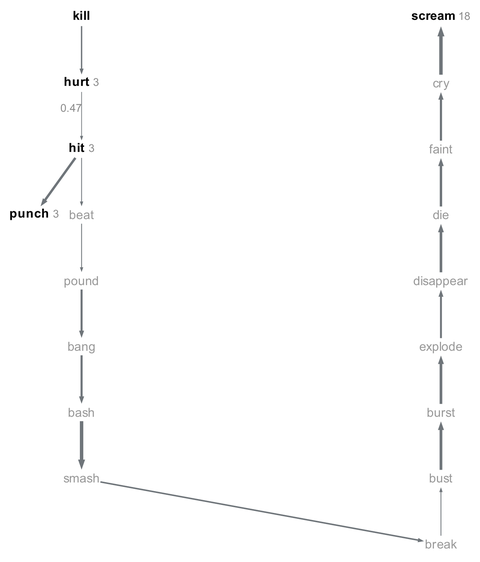
The Graphviz diagram experiments/displacement/chain_of_connections/figures/ci_chain_faller_n2.png in quadrismegistus/malignment, before a commit. Its source is kept beside it as experiments/displacement/chain_of_connections/figures/ci_chain_faller_n2.dot.
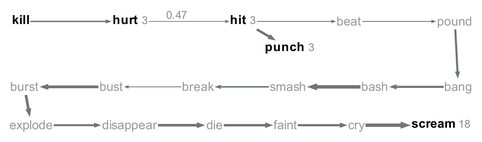
Later version of the same file.

Diff of the diagram source:
```diff
@@ -1,25 +1,25 @@
 digraph {
   graph [bgcolor=white margin=0.02];
-  node [shape=plaintext fontname="Arial" fontsize=8.0 height=0.16 width=0.01 margin="0.01,0.005"];
+  node [shape=plaintext fontname="Arial" fontsize=8.0 height=0.14 width=0.01 margin="0.01,0.005"];
   edge [arrowsize=0.2 color="#6f757a"];
-  "kill" [label=<<B>kill</B>> pos="56.0,348.5!"];
-  "hurt" [label=<<B>hurt</B> <FONT POINT-SIZE="7" COLOR="#8a8a8a">3</FONT>> pos="56.0,306.4!"];
-  "hit" [label=<<B>hit</B> <FONT POINT-SIZE="7" COLOR="#8a8a8a">3</FONT>> pos="56.0,264.2!"];
-  "beat" [label="beat" fontcolor="#999999" pos="56.0,222.1!"];
-  "pound" [label="pound" fontcolor="#999999" pos="56.0,180.0!"];
-  "bang" [label="bang" fontcolor="#999999" pos="56.0,137.9!"];
-  "bash" [label="bash" fontcolor="#999999" pos="56.0,95.8!"];
-  "smash" [label="smash" fontcolor="#999999" pos="56.0,53.6!"];
-  "break" [label="break" fontcolor="#999999" pos="286.0,11.5!"];
-  "bust" [label="bust" fontcolor="#999999" pos="286.0,53.6!"];
-  "burst" [label="burst" fontcolor="#999999" pos="286.0,95.8!"];
-  "explode" [label="explode" fontcolor="#999999" pos="286.0,137.9!"];
-  "disappear" [label="disappear" fontcolor="#999999" pos="286.0,180.0!"];
-  "die" [label="die" fontcolor="#999999" pos="286.0,222.1!"];
-  "faint" [label="faint" fontcolor="#999999" pos="286.0,264.2!"];
-  "cry" [label="cry" fontcolor="#999999" pos="286.0,306.4!"];
-  "scream" [label=<<B>scream</B> <FONT POINT-SIZE="7" COLOR="#8a8a8a">18</FONT>> pos="286.0,348.5!"];
-  "punch" [label=<<B>punch</B> <FONT POINT-SIZE="7" COLOR="#8a8a8a">3</FONT>> pos="25.7,222.1!"];
+  "kill" [label=<<B>kill</B>> pos="16.0,99.4!"];
+  "hurt" [label=<<B>hurt</B> <FONT POINT-SIZE="7" COLOR="#8a8a8a">3</FONT>> pos="85.9,99.4!"];
+  "hit" [label=<<B>hit</B> <FONT POINT-SIZE="7" COLOR="#8a8a8a">3</FONT>> pos="158.1,99.4!"];
+  "beat" [label="beat" fontcolor="#999999" pos="225.8,99.4!"];
+  "pound" [label="pound" fontcolor="#999999" pos="293.6,99.4!"];
+  "burst" [label="burst" fontcolor="#999999" pos="18.2,57.6!"];
+  "bust" [label="bust" fontcolor="#999999" pos="73.7,57.6!"];
+  "break" [label="break" fontcolor="#999999" pos="129.2,57.6!"];
+  "smash" [label="smash" fontcolor="#999999" pos="186.9,57.6!"];
+  "bash" [label="bash" fontcolor="#999999" pos="242.4,57.6!"];
+  "bang" [label="bang" fontcolor="#999999" pos="295.8,57.6!"];
+  "explode" [label="explode" fontcolor="#999999" pos="22.6,33.1!"];
+  "disappear" [label="disappear" fontcolor="#999999" pos="85.6,33.1!"];
+  "die" [label="die" fontcolor="#999999" pos="139.8,33.1!"];
+  "faint" [label="faint" fontcolor="#999999" pos="185.2,33.1!"];
+  "cry" [label="cry" fontcolor="#999999" pos="230.6,33.1!"];
+  "scream" [label=<<B>scream</B> <FONT POINT-SIZE="7" COLOR="#8a8a8a">18</FONT>> pos="284.8,33.1!"];
+  "punch" [label=<<B>punch</B> <FONT POINT-SIZE="7" COLOR="#8a8a8a">3</FONT>> pos="187.9,82.1!"];
   "bang" -> "bash" [penwidth=1.34];
   "bash" -> "smash" [penwidth=2.20];
   "beat" -> "pound" [penwidth=0.54];
```
